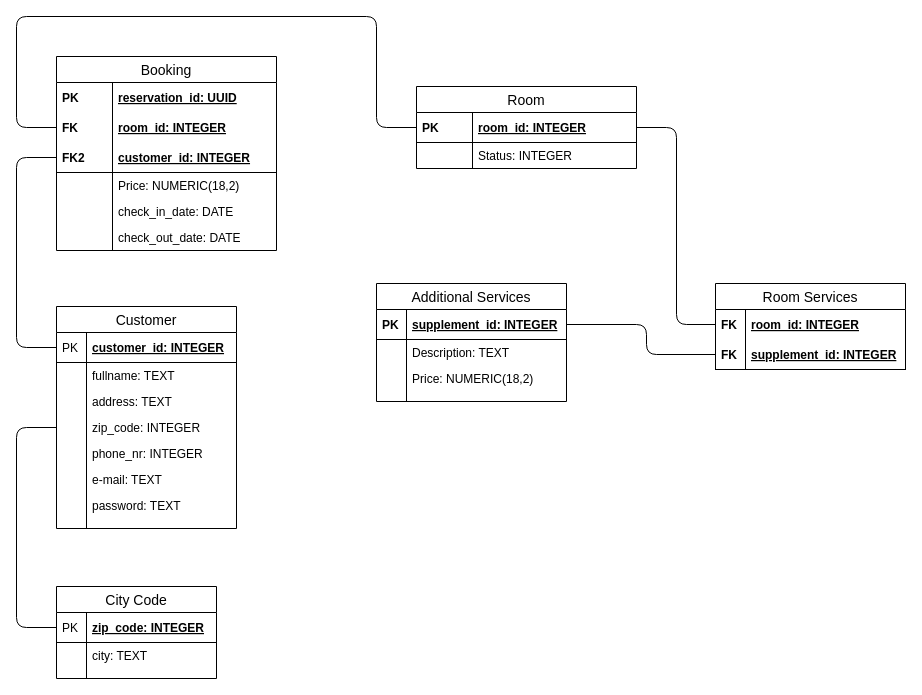
Above: Dokumentation/RDS.drawio in NansyT/CountryLiving (draw.io), before the change. Source tidied: cells renumbered, new cells numbered last; positions are measured from the earlier drawing's top-left corner, leaving out a move shared by most shapes. Both pictures are drawn from the tidied source at 100%, with x=0, y=0 at pixel (16, 16).
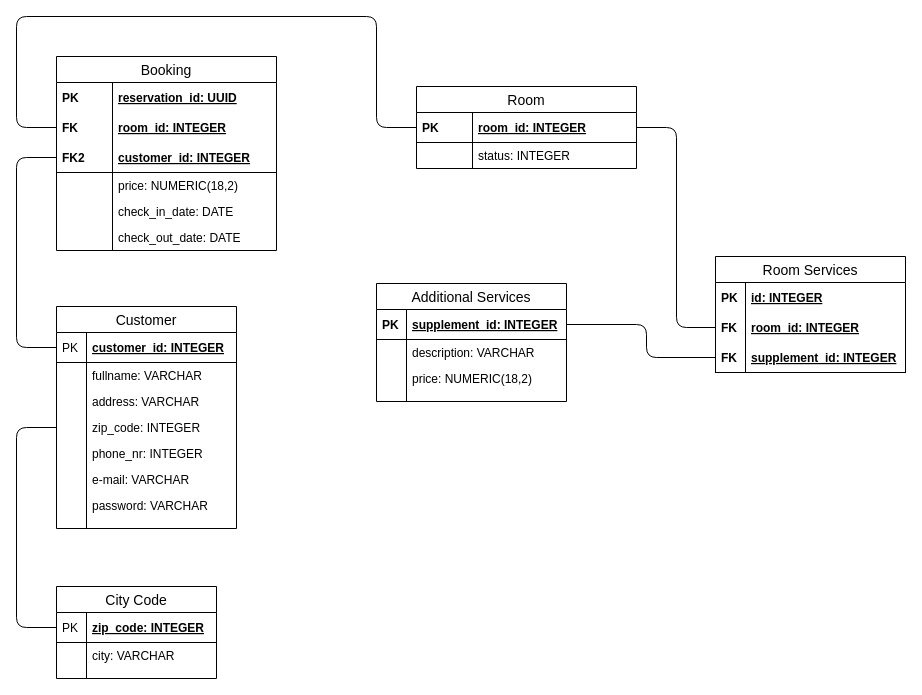
Above is the later version.

The change refers to these unchanged cells:
```xml
<mxCell id="3" value="Booking" style="swimlane;fontStyle=0;horizontal=1;startSize=26;align=center;fontSize=14;" parent="1" vertex="1">
  <mxGeometry x="40" y="40" width="220" height="194" as="geometry" />
</mxCell>
<mxCell id="17" value="Room" style="swimlane;fontStyle=0;horizontal=1;startSize=26;align=center;fontSize=14;" parent="1" vertex="1">
  <mxGeometry x="400" y="70" width="220" height="82" as="geometry" />
</mxCell>
<mxCell id="18" value="room_id: INTEGER" style="shape=partialRectangle;top=0;left=0;right=0;bottom=1;align=left;verticalAlign=middle;fillColor=none;spacingLeft=60;spacingRight=4;overflow=hidden;points=[[0,0.5],[1,0.5]];portConstraint=eastwest;fontStyle=5;fontSize=12;" parent="17" vertex="1">
  <mxGeometry y="26" width="220" height="30" as="geometry" />
</mxCell>
<mxCell id="22" value="Customer" style="swimlane;fontStyle=0;horizontal=1;startSize=26;align=center;fontSize=14;" parent="1" vertex="1">
  <mxGeometry x="40" y="290" width="180" height="222" as="geometry" />
</mxCell>
<mxCell id="40" value="City Code" style="swimlane;fontStyle=0;horizontal=1;startSize=26;align=center;fontSize=14;" parent="1" vertex="1">
  <mxGeometry x="40" y="570" width="160" height="92" as="geometry" />
</mxCell>
<mxCell id="54" value="Additional Services" style="swimlane;fontStyle=0;horizontal=1;startSize=26;align=center;fontSize=14;" parent="1" vertex="1">
  <mxGeometry x="360" y="267" width="190" height="118" as="geometry" />
</mxCell>
<mxCell id="55" value="supplement_id: INTEGER" style="shape=partialRectangle;top=0;left=0;right=0;bottom=1;align=left;verticalAlign=middle;fillColor=none;spacingLeft=34;spacingRight=4;overflow=hidden;points=[[0,0.5],[1,0.5]];portConstraint=eastwest;fontStyle=5;fontSize=12;" parent="54" vertex="1">
  <mxGeometry y="26" width="190" height="30" as="geometry" />
</mxCell>
```

Change to the diagram source:
```diff
@@
-    <mxCell id="10" value="Price: NUMERIC(18,2)" style="shape=partialRectangle;top=0;left=0;right=0;bottom=0;align=left;verticalAlign=top;fillColor=none;spacingLeft=60;spacingRight=4;overflow=hidden;fontSize=12;" parent="3" vertex="1">
+    <mxCell id="10" value="price: NUMERIC(18,2)" style="shape=partialRectangle;top=0;left=0;right=0;bottom=0;align=left;verticalAlign=top;fillColor=none;spacingLeft=60;spacingRight=4;overflow=hidden;fontSize=12;" parent="3" vertex="1">
       <mxGeometry y="116" width="220" height="26" as="geometry" />
     </mxCell>
@@
-    <mxCell id="20" value="Status: INTEGER" style="shape=partialRectangle;top=0;left=0;right=0;bottom=0;align=left;verticalAlign=top;fillColor=none;spacingLeft=60;spacingRight=4;overflow=hidden;fontSize=12;" parent="17" vertex="1">
+    <mxCell id="20" value="status: INTEGER" style="shape=partialRectangle;top=0;left=0;right=0;bottom=0;align=left;verticalAlign=top;fillColor=none;spacingLeft=60;spacingRight=4;overflow=hidden;fontSize=12;" parent="17" vertex="1">
       <mxGeometry y="56" width="220" height="26" as="geometry" />
     </mxCell>
@@
-    <mxCell id="25" value="fullname: TEXT" style="shape=partialRectangle;top=0;left=0;right=0;bottom=0;align=left;verticalAlign=top;fillColor=none;spacingLeft=34;spacingRight=4;overflow=hidden;fontSize=12;" parent="22" vertex="1">
+    <mxCell id="25" value="fullname: VARCHAR" style="shape=partialRectangle;top=0;left=0;right=0;bottom=0;align=left;verticalAlign=top;fillColor=none;spacingLeft=34;spacingRight=4;overflow=hidden;fontSize=12;" parent="22" vertex="1">
       <mxGeometry y="56" width="180" height="26" as="geometry" />
     </mxCell>
@@
-    <mxCell id="27" value="address: TEXT" style="shape=partialRectangle;top=0;left=0;right=0;bottom=0;align=left;verticalAlign=top;fillColor=none;spacingLeft=34;spacingRight=4;overflow=hidden;fontSize=12;" parent="22" vertex="1">
+    <mxCell id="27" value="address: VARCHAR" style="shape=partialRectangle;top=0;left=0;right=0;bottom=0;align=left;verticalAlign=top;fillColor=none;spacingLeft=34;spacingRight=4;overflow=hidden;fontSize=12;" parent="22" vertex="1">
       <mxGeometry y="82" width="180" height="26" as="geometry" />
     </mxCell>
@@
-    <mxCell id="33" value="e-mail: TEXT" style="shape=partialRectangle;top=0;left=0;right=0;bottom=0;align=left;verticalAlign=top;fillColor=none;spacingLeft=34;spacingRight=4;overflow=hidden;fontSize=12;" parent="22" vertex="1">
+    <mxCell id="33" value="e-mail: VARCHAR" style="shape=partialRectangle;top=0;left=0;right=0;bottom=0;align=left;verticalAlign=top;fillColor=none;spacingLeft=34;spacingRight=4;overflow=hidden;fontSize=12;" parent="22" vertex="1">
       <mxGeometry y="160" width="180" height="26" as="geometry" />
     </mxCell>
@@
-    <mxCell id="35" value="password: TEXT" style="shape=partialRectangle;top=0;left=0;right=0;bottom=0;align=left;verticalAlign=top;fillColor=none;spacingLeft=34;spacingRight=4;overflow=hidden;fontSize=12;" parent="22" vertex="1">
+    <mxCell id="35" value="password: VARCHAR" style="shape=partialRectangle;top=0;left=0;right=0;bottom=0;align=left;verticalAlign=top;fillColor=none;spacingLeft=34;spacingRight=4;overflow=hidden;fontSize=12;" parent="22" vertex="1">
       <mxGeometry y="186" width="180" height="26" as="geometry" />
     </mxCell>
@@
-    <mxCell id="43" value="city: TEXT" style="shape=partialRectangle;top=0;left=0;right=0;bottom=0;align=left;verticalAlign=top;fillColor=none;spacingLeft=34;spacingRight=4;overflow=hidden;fontSize=12;" parent="40" vertex="1">
+    <mxCell id="43" value="city: VARCHAR" style="shape=partialRectangle;top=0;left=0;right=0;bottom=0;align=left;verticalAlign=top;fillColor=none;spacingLeft=34;spacingRight=4;overflow=hidden;fontSize=12;" parent="40" vertex="1">
       <mxGeometry y="56" width="160" height="26" as="geometry" />
     </mxCell>
@@
-    <mxCell id="47" style="endArrow=none;html=1;exitX=1;exitY=0.5;exitDx=0;exitDy=0;entryX=0;entryY=0.5;entryDx=0;entryDy=0;" parent="1" edge="1" source="18" target="49">
+    <mxCell id="47" style="endArrow=none;html=1;exitX=1;exitY=0.5;exitDx=0;exitDy=0;entryX=0;entryY=0.5;entryDx=0;entryDy=0;" parent="1" edge="1" source="18" target="63">
       <mxGeometry relative="1" as="geometry">
         <Array as="points">
           <mxPoint x="660" y="111" />
-          <mxPoint x="660" y="308" />
+          <mxPoint x="660" y="311" />
         </Array>
       </mxGeometry>
     </mxCell>
-    <mxCell id="48" value="Room Services" style="swimlane;fontStyle=0;horizontal=1;startSize=26;align=center;fontSize=14;" parent="1" vertex="1">
-      <mxGeometry x="699" y="267" width="190" height="86" as="geometry" />
-    </mxCell>
-    <mxCell id="49" value="room_id: INTEGER" style="shape=partialRectangle;top=0;left=0;right=0;bottom=1;align=left;verticalAlign=middle;fillColor=none;spacingLeft=34;spacingRight=4;overflow=hidden;points=[[0,0.5],[1,0.5]];portConstraint=eastwest;fontStyle=5;fontSize=12;strokeColor=none;" parent="48" vertex="1">
-      <mxGeometry y="26" width="190" height="30" as="geometry" />
-    </mxCell>
-    <mxCell id="50" value="FK" style="shape=partialRectangle;top=0;left=0;bottom=0;fillColor=none;align=left;verticalAlign=middle;spacingLeft=4;spacingRight=4;overflow=hidden;fontSize=12;fontStyle=1;" parent="49" vertex="1">
-      <mxGeometry width="30" height="30" as="geometry" />
-    </mxCell>
-    <mxCell id="51" value="supplement_id: INTEGER" style="shape=partialRectangle;top=0;left=0;right=0;bottom=1;align=left;verticalAlign=middle;fillColor=none;spacingLeft=34;spacingRight=4;overflow=hidden;points=[[0,0.5],[1,0.5]];portConstraint=eastwest;fontStyle=5;fontSize=12;" parent="48" vertex="1">
-      <mxGeometry y="56" width="190" height="30" as="geometry" />
-    </mxCell>
-    <mxCell id="52" value="FK" style="shape=partialRectangle;top=0;left=0;bottom=0;fillColor=none;align=left;verticalAlign=middle;spacingLeft=4;spacingRight=4;overflow=hidden;fontSize=12;fontStyle=1;" parent="51" vertex="1">
-      <mxGeometry width="30" height="30" as="geometry" />
-    </mxCell>
     <mxCell id="53" style="endArrow=none;html=1;entryX=0;entryY=0.5;entryDx=0;entryDy=0;exitX=1;exitY=0.5;exitDx=0;exitDy=0;" parent="1" edge="1" source="55" target="51">
       <mxGeometry relative="1" as="geometry">
         <Array as="points">
           <mxPoint x="630" y="308" />
-          <mxPoint x="630" y="338" />
+          <mxPoint x="630" y="341" />
         </Array>
       </mxGeometry>
     </mxCell>
@@
-    <mxCell id="57" value="Description: TEXT" style="shape=partialRectangle;top=0;left=0;right=0;bottom=0;align=left;verticalAlign=top;fillColor=none;spacingLeft=34;spacingRight=4;overflow=hidden;fontSize=12;" parent="54" vertex="1">
+    <mxCell id="57" value="description: VARCHAR" style="shape=partialRectangle;top=0;left=0;right=0;bottom=0;align=left;verticalAlign=top;fillColor=none;spacingLeft=34;spacingRight=4;overflow=hidden;fontSize=12;" parent="54" vertex="1">
       <mxGeometry y="56" width="190" height="26" as="geometry" />
     </mxCell>
@@
-    <mxCell id="59" value="Price: NUMERIC(18,2)" style="shape=partialRectangle;top=0;left=0;right=0;bottom=0;align=left;verticalAlign=top;fillColor=none;spacingLeft=34;spacingRight=4;overflow=hidden;fontSize=12;" parent="54" vertex="1">
+    <mxCell id="59" value="price: NUMERIC(18,2)" style="shape=partialRectangle;top=0;left=0;right=0;bottom=0;align=left;verticalAlign=top;fillColor=none;spacingLeft=34;spacingRight=4;overflow=hidden;fontSize=12;" parent="54" vertex="1">
       <mxGeometry y="82" width="190" height="26" as="geometry" />
     </mxCell>
@@
+    <mxCell id="48" value="Room Services" style="swimlane;fontStyle=0;horizontal=1;startSize=26;align=center;fontSize=14;" parent="1" vertex="1">
+      <mxGeometry x="699" y="240" width="190" height="116" as="geometry" />
+    </mxCell>
+    <mxCell id="49" value="id: INTEGER" style="shape=partialRectangle;top=0;left=0;right=0;bottom=1;align=left;verticalAlign=middle;fillColor=none;spacingLeft=34;spacingRight=4;overflow=hidden;points=[[0,0.5],[1,0.5]];portConstraint=eastwest;fontStyle=5;fontSize=12;strokeColor=none;" parent="48" vertex="1">
+      <mxGeometry y="26" width="190" height="30" as="geometry" />
+    </mxCell>
+    <mxCell id="50" value="PK" style="shape=partialRectangle;top=0;left=0;bottom=0;fillColor=none;align=left;verticalAlign=middle;spacingLeft=4;spacingRight=4;overflow=hidden;fontSize=12;fontStyle=1;" parent="49" vertex="1">
+      <mxGeometry width="30" height="30" as="geometry" />
+    </mxCell>
+    <mxCell id="63" value="room_id: INTEGER" style="shape=partialRectangle;top=0;left=0;right=0;bottom=1;align=left;verticalAlign=middle;fillColor=none;spacingLeft=34;spacingRight=4;overflow=hidden;points=[[0,0.5],[1,0.5]];portConstraint=eastwest;fontStyle=5;fontSize=12;strokeColor=none;" parent="48" vertex="1">
+      <mxGeometry y="56" width="190" height="30" as="geometry" />
+    </mxCell>
+    <mxCell id="64" value="FK" style="shape=partialRectangle;top=0;left=0;bottom=0;fillColor=none;align=left;verticalAlign=middle;spacingLeft=4;spacingRight=4;overflow=hidden;fontSize=12;fontStyle=1;" parent="63" vertex="1">
+      <mxGeometry width="30" height="30" as="geometry" />
+    </mxCell>
+    <mxCell id="51" value="supplement_id: INTEGER" style="shape=partialRectangle;top=0;left=0;right=0;bottom=1;align=left;verticalAlign=middle;fillColor=none;spacingLeft=34;spacingRight=4;overflow=hidden;points=[[0,0.5],[1,0.5]];portConstraint=eastwest;fontStyle=5;fontSize=12;" parent="48" vertex="1">
+      <mxGeometry y="86" width="190" height="30" as="geometry" />
+    </mxCell>
+    <mxCell id="52" value="FK" style="shape=partialRectangle;top=0;left=0;bottom=0;fillColor=none;align=left;verticalAlign=middle;spacingLeft=4;spacingRight=4;overflow=hidden;fontSize=12;fontStyle=1;" parent="51" vertex="1">
+      <mxGeometry width="30" height="30" as="geometry" />
+    </mxCell>
```
